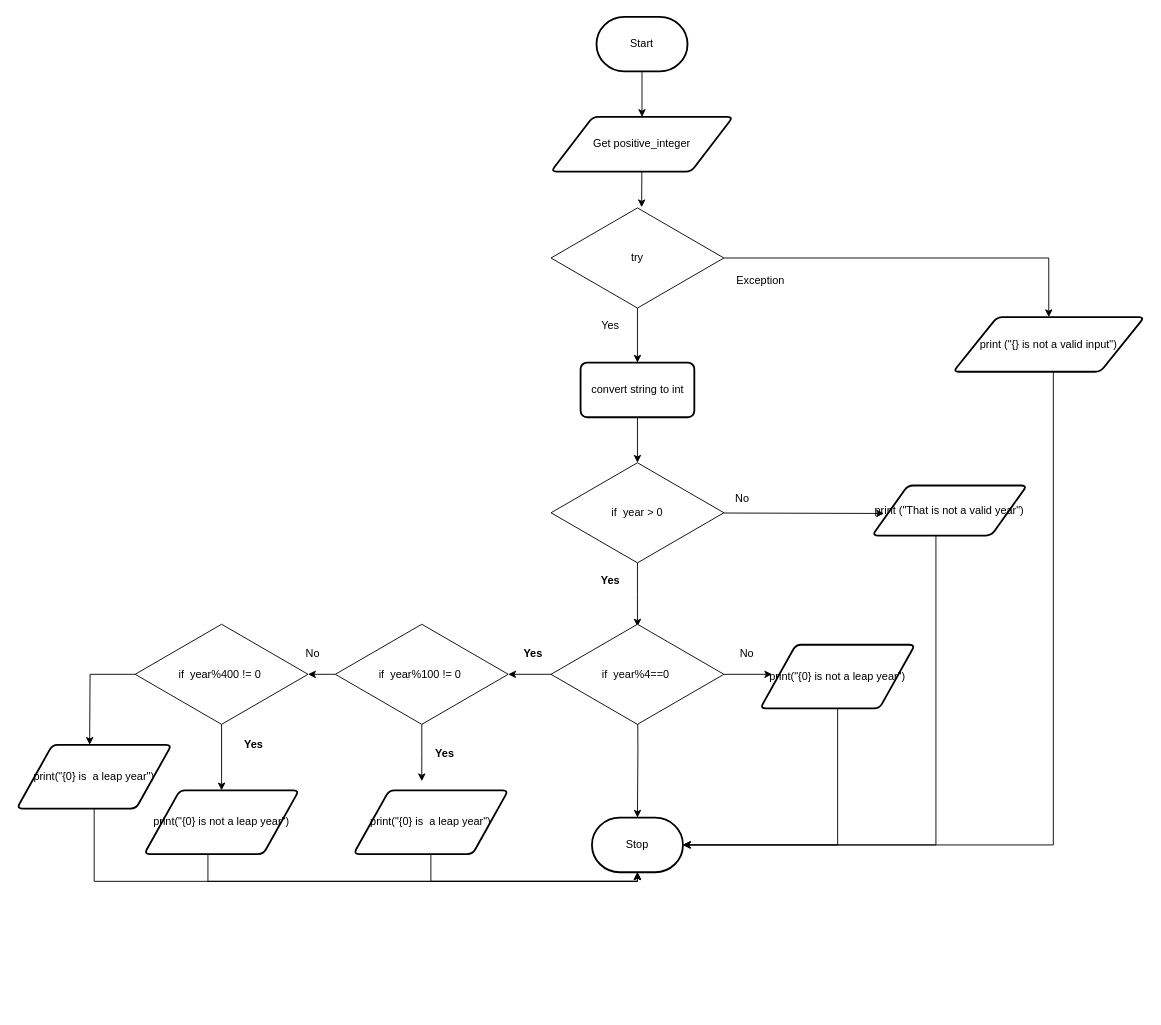
Earlier version of the draw.io diagram flowchat.drawio (Kyanh-Pham/ICS3U-Unit4-01-Python). Source tidied: cells renumbered, new cells numbered last; positions are measured from the earlier drawing's top-left corner, leaving out a move shared by most shapes. Both pictures are drawn from the tidied source at 91%, with x=0, y=0 at pixel (16, 16).
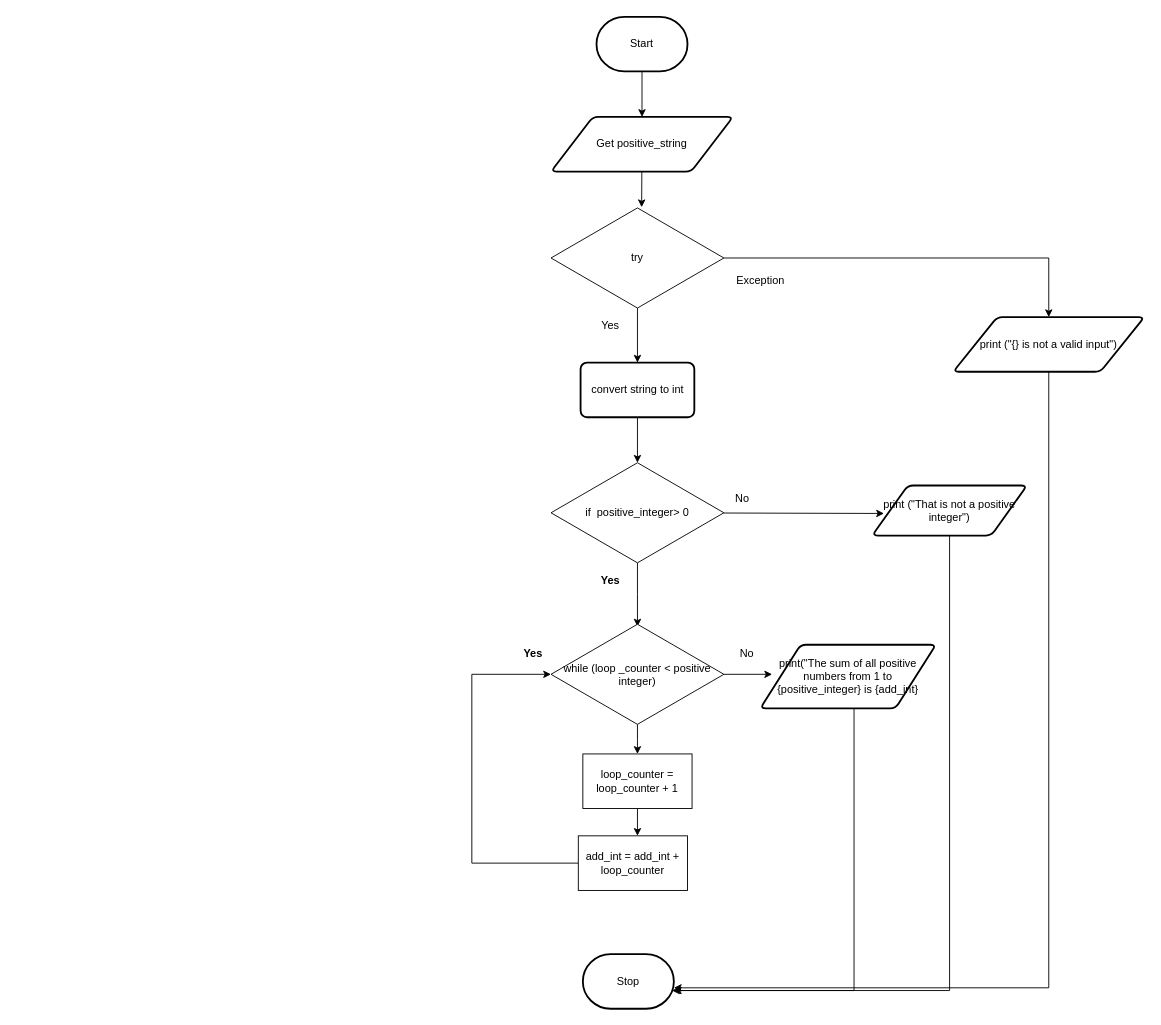
Above is the later version.

Unchanged cells that the change refers to:
```xml
<mxCell id="24" value="print (&quot;{} is not a valid input&quot;)" style="shape=parallelogram;html=1;strokeWidth=2;perimeter=parallelogramPerimeter;whiteSpace=wrap;rounded=1;arcSize=12;size=0.23;" parent="1" vertex="1">
  <mxGeometry x="1029" y="330" width="210" height="60" as="geometry" />
</mxCell>
```

Diff of the diagram source:
```diff
@@
-    <mxCell id="5" value="Get positive_integer" style="shape=parallelogram;html=1;strokeWidth=2;perimeter=parallelogramPerimeter;whiteSpace=wrap;rounded=1;arcSize=12;size=0.23;" parent="1" vertex="1">
+    <mxCell id="5" value="Get positive_string" style="shape=parallelogram;html=1;strokeWidth=2;perimeter=parallelogramPerimeter;whiteSpace=wrap;rounded=1;arcSize=12;size=0.23;" parent="1" vertex="1">
       <mxGeometry x="587" y="110" width="200" height="60" as="geometry" />
     </mxCell>
@@
     <mxCell id="7" value="Stop" style="strokeWidth=2;html=1;shape=mxgraph.flowchart.terminator;whiteSpace=wrap;" parent="1" vertex="1">
-      <mxGeometry x="632" y="880" width="100" height="60" as="geometry" />
+      <mxGeometry x="622" y="1030" width="100" height="60" as="geometry" />
     </mxCell>
@@
-    <mxCell id="15" style="edgeStyle=orthogonalEdgeStyle;rounded=0;html=1;entryX=1;entryY=0.5;entryDx=0;entryDy=0;entryPerimeter=0;" parent="1" edge="1" target="7">
-      <mxGeometry relative="1" as="geometry">
-        <mxPoint x="1057" y="390" as="sourcePoint" />
-        <Array as="points">
-          <mxPoint x="1057" y="360" />
-          <mxPoint x="1139" y="360" />
-          <mxPoint x="1139" y="910" />
-        </Array>
-      </mxGeometry>
-    </mxCell>
@@
-    <mxCell id="20" value="if&amp;nbsp; year &amp;gt; 0" style="rhombus;whiteSpace=wrap;html=1;" parent="1" vertex="1">
+    <mxCell id="20" value="if&amp;nbsp; positive_integer&amp;gt; 0" style="rhombus;whiteSpace=wrap;html=1;" parent="1" vertex="1">
       <mxGeometry x="587" y="490" width="190" height="110" as="geometry" />
     </mxCell>
@@
-    <mxCell id="23" style="edgeStyle=orthogonalEdgeStyle;rounded=0;html=1;entryX=0.5;entryY=0;entryDx=0;entryDy=0;entryPerimeter=0;" parent="1" edge="1" target="7">
-      <mxGeometry relative="1" as="geometry">
-        <mxPoint x="682" y="730" as="sourcePoint" />
-      </mxGeometry>
-    </mxCell>
+    <mxCell id="49" style="edgeStyle=orthogonalEdgeStyle;rounded=0;html=1;entryX=1;entryY=0.617;entryDx=0;entryDy=0;entryPerimeter=0;" parent="1" edge="1" source="24" target="7">
+      <mxGeometry relative="1" as="geometry">
+        <Array as="points">
+          <mxPoint x="1134" y="1067" />
+        </Array>
+      </mxGeometry>
+    </mxCell>
@@
-    <mxCell id="25" style="edgeStyle=orthogonalEdgeStyle;rounded=0;html=1;entryX=1;entryY=0.5;entryDx=0;entryDy=0;entryPerimeter=0;" parent="1" edge="1" source="26" target="7">
-      <mxGeometry relative="1" as="geometry">
-        <Array as="points">
-          <mxPoint x="1010" y="910" />
-        </Array>
-      </mxGeometry>
-    </mxCell>
+    <mxCell id="50" style="edgeStyle=orthogonalEdgeStyle;rounded=0;html=1;" parent="1" edge="1" source="26">
+      <mxGeometry relative="1" as="geometry">
+        <mxPoint x="720" y="1070" as="targetPoint" />
+        <Array as="points">
+          <mxPoint x="1025" y="1070" />
+        </Array>
+      </mxGeometry>
+    </mxCell>
-    <mxCell id="26" value="&lt;font style=&quot;font-size: 12px&quot;&gt;print (&quot;That is not a valid year&quot;)&lt;/font&gt;" style="shape=parallelogram;html=1;strokeWidth=2;perimeter=parallelogramPerimeter;whiteSpace=wrap;rounded=1;arcSize=12;size=0.23;" parent="1" vertex="1">
+    <mxCell id="26" value="&lt;font style=&quot;font-size: 12px&quot;&gt;print (&quot;That is not a positive integer&quot;)&lt;/font&gt;" style="shape=parallelogram;html=1;strokeWidth=2;perimeter=parallelogramPerimeter;whiteSpace=wrap;rounded=1;arcSize=12;size=0.23;" parent="1" vertex="1">
       <mxGeometry x="940" y="515" width="170" height="55" as="geometry" />
     </mxCell>
-    <mxCell id="27" style="edgeStyle=orthogonalEdgeStyle;rounded=0;html=1;" parent="1" edge="1" source="29" target="32">
-      <mxGeometry relative="1" as="geometry" />
+    <mxCell id="27" style="edgeStyle=orthogonalEdgeStyle;rounded=0;html=1;" parent="1" edge="1" source="29">
+      <mxGeometry relative="1" as="geometry">
+        <mxPoint x="682" y="810" as="targetPoint" />
+      </mxGeometry>
     </mxCell>
@@
-    <mxCell id="29" value="if&amp;nbsp; year%4==0&amp;nbsp;" style="rhombus;whiteSpace=wrap;html=1;" parent="1" vertex="1">
+    <mxCell id="29" value="while (loop _counter &amp;lt; positive integer)" style="rhombus;whiteSpace=wrap;html=1;" parent="1" vertex="1">
       <mxGeometry x="587" y="667.5" width="190" height="110" as="geometry" />
     </mxCell>
-    <mxCell id="30" style="edgeStyle=orthogonalEdgeStyle;rounded=0;html=1;entryX=1;entryY=0.5;entryDx=0;entryDy=0;" parent="1" edge="1" source="32" target="39">
-      <mxGeometry relative="1" as="geometry" />
-    </mxCell>
-    <mxCell id="31" style="edgeStyle=orthogonalEdgeStyle;rounded=0;html=1;" parent="1" edge="1" source="32">
-      <mxGeometry relative="1" as="geometry">
-        <mxPoint x="445" y="840" as="targetPoint" />
-      </mxGeometry>
-    </mxCell>
-    <mxCell id="32" value="if&amp;nbsp; year%100 != 0&amp;nbsp;" style="rhombus;whiteSpace=wrap;html=1;" parent="1" vertex="1">
-      <mxGeometry x="350" y="667.5" width="190" height="110" as="geometry" />
-    </mxCell>
@@
-    <mxCell id="35" style="edgeStyle=orthogonalEdgeStyle;rounded=0;html=1;entryX=1;entryY=0.5;entryDx=0;entryDy=0;entryPerimeter=0;" parent="1" edge="1" source="36" target="7">
+    <mxCell id="35" style="edgeStyle=orthogonalEdgeStyle;rounded=0;html=1;" parent="1" edge="1" source="36" target="7">
       <mxGeometry relative="1" as="geometry">
         <Array as="points">
-          <mxPoint x="902" y="910" />
+          <mxPoint x="920" y="1070" />
         </Array>
       </mxGeometry>
     </mxCell>
-    <mxCell id="36" value="print(&quot;{0} is not a leap year&quot;)" style="shape=parallelogram;html=1;strokeWidth=2;perimeter=parallelogramPerimeter;whiteSpace=wrap;rounded=1;arcSize=12;size=0.23;" parent="1" vertex="1">
-      <mxGeometry x="817" y="690" width="170" height="70" as="geometry" />
+    <mxCell id="36" value="print(&quot;The sum of all positive numbers from 1 to {positive_integer} is {add_int}" style="shape=parallelogram;html=1;strokeWidth=2;perimeter=parallelogramPerimeter;whiteSpace=wrap;rounded=1;arcSize=12;size=0.23;" parent="1" vertex="1">
+      <mxGeometry x="817" y="690" width="193" height="70" as="geometry" />
     </mxCell>
-    <mxCell id="37" style="edgeStyle=orthogonalEdgeStyle;rounded=0;html=1;entryX=0.5;entryY=0;entryDx=0;entryDy=0;" parent="1" edge="1" source="39" target="45">
-      <mxGeometry relative="1" as="geometry" />
-    </mxCell>
-    <mxCell id="38" style="edgeStyle=orthogonalEdgeStyle;rounded=0;html=1;" parent="1" edge="1" source="39">
-      <mxGeometry relative="1" as="geometry">
-        <mxPoint x="80" y="800" as="targetPoint" />
-      </mxGeometry>
-    </mxCell>
-    <mxCell id="39" value="if&amp;nbsp; year%400 != 0&amp;nbsp;" style="rhombus;whiteSpace=wrap;html=1;" parent="1" vertex="1">
-      <mxGeometry x="130" y="667.5" width="190" height="110" as="geometry" />
-    </mxCell>
-    <mxCell id="40" value="Yes" style="text;html=1;align=center;verticalAlign=middle;fillColor=none;strokeColor=none;rounded=0;fontStyle=1;" parent="1" vertex="1">
-      <mxGeometry x="450" y="800" width="40" height="20" as="geometry" />
-    </mxCell>
-    <mxCell id="41" style="edgeStyle=orthogonalEdgeStyle;rounded=0;html=1;entryX=0.5;entryY=1;entryDx=0;entryDy=0;entryPerimeter=0;" parent="1" edge="1" source="42" target="7">
-      <mxGeometry relative="1" as="geometry">
-        <Array as="points">
-          <mxPoint x="455" y="950" />
-          <mxPoint x="682" y="950" />
-        </Array>
-      </mxGeometry>
-    </mxCell>
-    <mxCell id="42" value="print(&quot;{0} is&amp;nbsp; a leap year&quot;)" style="shape=parallelogram;html=1;strokeWidth=2;perimeter=parallelogramPerimeter;whiteSpace=wrap;rounded=1;arcSize=12;size=0.23;" parent="1" vertex="1">
-      <mxGeometry x="370" y="850" width="170" height="70" as="geometry" />
-    </mxCell>
-    <mxCell id="43" value="No" style="text;html=1;align=center;verticalAlign=middle;fillColor=none;strokeColor=none;rounded=0;" parent="1" vertex="1">
-      <mxGeometry x="310" y="690" width="30" height="20" as="geometry" />
-    </mxCell>
-    <mxCell id="44" style="edgeStyle=orthogonalEdgeStyle;rounded=0;html=1;entryX=0.5;entryY=1;entryDx=0;entryDy=0;entryPerimeter=0;" parent="1" edge="1" source="45" target="7">
-      <mxGeometry relative="1" as="geometry">
-        <Array as="points">
-          <mxPoint x="210" y="950" />
-          <mxPoint x="682" y="950" />
-        </Array>
-      </mxGeometry>
-    </mxCell>
-    <mxCell id="45" value="print(&quot;{0} is not a leap year&quot;)" style="shape=parallelogram;html=1;strokeWidth=2;perimeter=parallelogramPerimeter;whiteSpace=wrap;rounded=1;arcSize=12;size=0.23;" parent="1" vertex="1">
-      <mxGeometry x="140" y="850" width="170" height="70" as="geometry" />
-    </mxCell>
-    <mxCell id="46" value="Yes" style="text;html=1;align=center;verticalAlign=middle;fillColor=none;strokeColor=none;rounded=0;fontStyle=1;" parent="1" vertex="1">
-      <mxGeometry x="240" y="790" width="40" height="20" as="geometry" />
-    </mxCell>
-    <mxCell id="47" style="edgeStyle=orthogonalEdgeStyle;rounded=0;html=1;entryX=0.5;entryY=1;entryDx=0;entryDy=0;entryPerimeter=0;" parent="1" edge="1" source="48" target="7">
-      <mxGeometry relative="1" as="geometry">
-        <Array as="points">
-          <mxPoint x="85" y="950" />
-          <mxPoint x="682" y="950" />
-        </Array>
-      </mxGeometry>
-    </mxCell>
-    <mxCell id="48" value="print(&quot;{0} is&amp;nbsp; a leap year&quot;)" style="shape=parallelogram;html=1;strokeWidth=2;perimeter=parallelogramPerimeter;whiteSpace=wrap;rounded=1;arcSize=12;size=0.23;" parent="1" vertex="1">
-      <mxGeometry y="800" width="170" height="70" as="geometry" />
-    </mxCell>
+    <mxCell id="51" style="edgeStyle=none;html=1;" parent="1" edge="1" source="52">
+      <mxGeometry relative="1" as="geometry">
+        <mxPoint x="682" y="900" as="targetPoint" />
+      </mxGeometry>
+    </mxCell>
+    <mxCell id="52" value="loop_counter = loop_counter + 1" style="rounded=0;whiteSpace=wrap;html=1;" parent="1" vertex="1">
+      <mxGeometry x="622" y="810" width="120" height="60" as="geometry" />
+    </mxCell>
+    <mxCell id="53" style="edgeStyle=orthogonalEdgeStyle;html=1;entryX=0;entryY=0.5;entryDx=0;entryDy=0;rounded=0;" parent="1" edge="1" source="54" target="29">
+      <mxGeometry relative="1" as="geometry">
+        <Array as="points">
+          <mxPoint x="500" y="930" />
+          <mxPoint x="500" y="723" />
+        </Array>
+      </mxGeometry>
+    </mxCell>
+    <mxCell id="54" value="add_int = add_int + loop_counter" style="rounded=0;whiteSpace=wrap;html=1;" parent="1" vertex="1">
+      <mxGeometry x="617" y="900" width="120" height="60" as="geometry" />
+    </mxCell>
```
